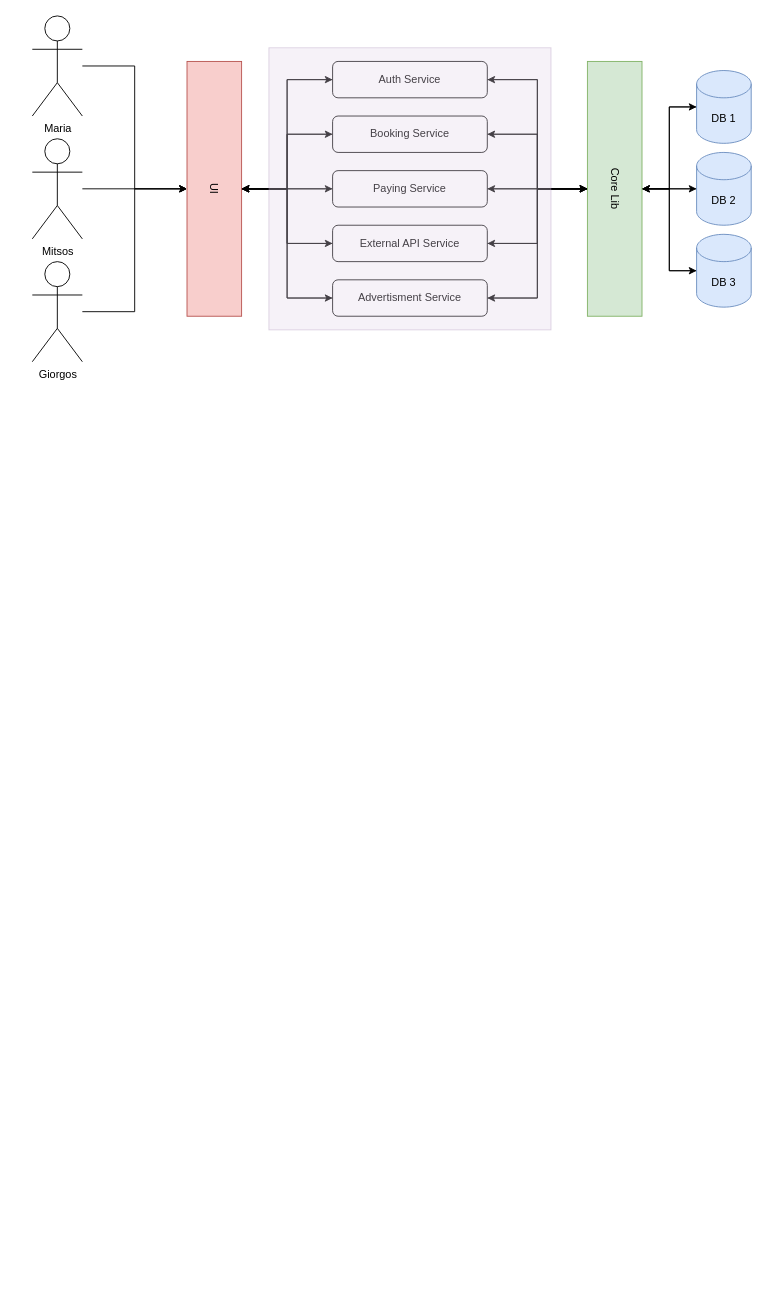
The draw.io diagram Flow.drawio in DenBile/api_sample, before the edit. Source tidied: cells renumbered, new cells numbered last; positions are measured from the earlier drawing's top-left corner, leaving out a move shared by most shapes. Both pictures are drawn from the tidied source at 91%, with x=0, y=0 at pixel (32, 15).
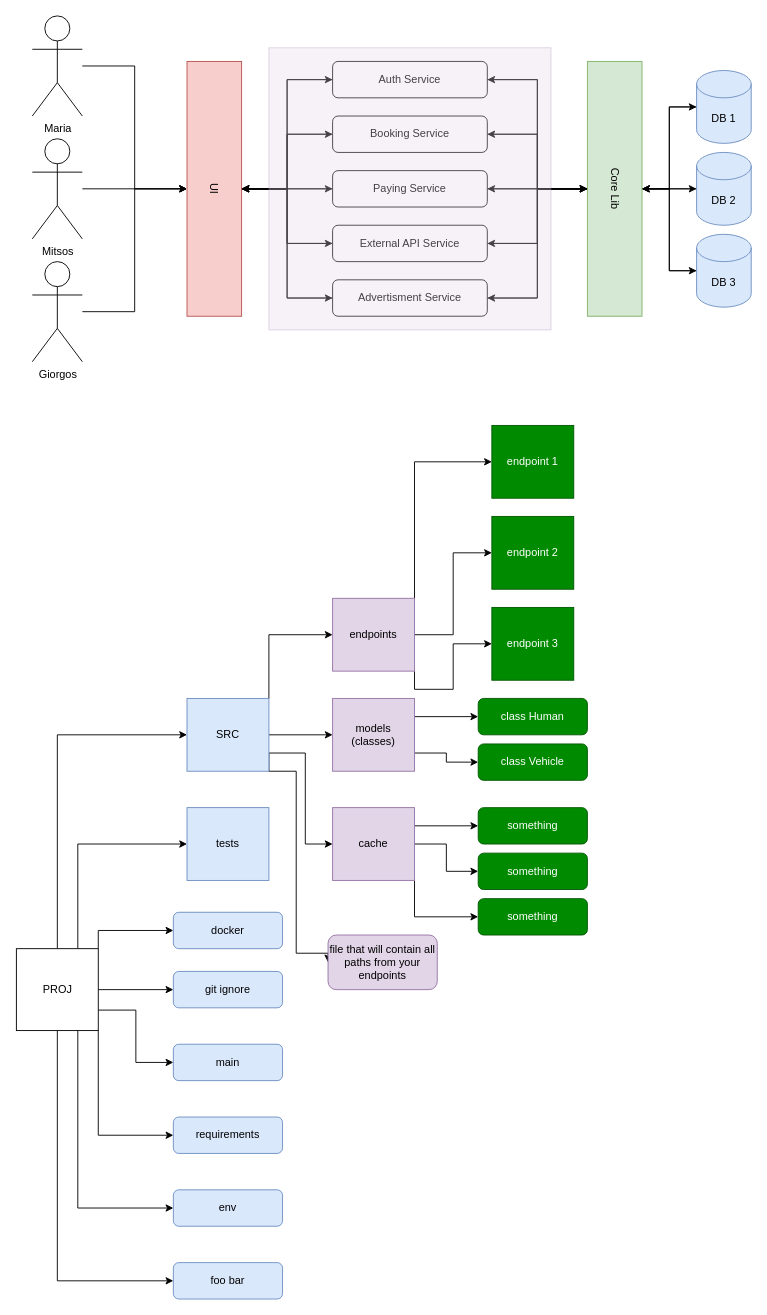
Above is the later version.

Diff of the diagram source:
```diff
@@
+    <mxCell id="45" style="edgeStyle=orthogonalEdgeStyle;rounded=0;jettySize=auto;html=1;entryX=0;entryY=0.5;entryDx=0;entryDy=0;exitX=0.5;exitY=1;exitDx=0;exitDy=0;" parent="1" edge="1" source="53" target="61">
+      <mxGeometry relative="1" as="geometry" />
+    </mxCell>
+    <mxCell id="46" style="edgeStyle=orthogonalEdgeStyle;rounded=0;jettySize=auto;html=1;exitX=0.75;exitY=1;exitDx=0;exitDy=0;entryX=0;entryY=0.5;entryDx=0;entryDy=0;" parent="1" edge="1" source="53" target="62">
+      <mxGeometry relative="1" as="geometry" />
+    </mxCell>
+    <mxCell id="47" style="edgeStyle=orthogonalEdgeStyle;rounded=0;jettySize=auto;html=1;exitX=1;exitY=1;exitDx=0;exitDy=0;entryX=0;entryY=0.5;entryDx=0;entryDy=0;" parent="1" edge="1" source="53" target="63">
+      <mxGeometry relative="1" as="geometry" />
+    </mxCell>
+    <mxCell id="48" style="edgeStyle=orthogonalEdgeStyle;rounded=0;jettySize=auto;html=1;exitX=0.5;exitY=0;exitDx=0;exitDy=0;entryX=0;entryY=0.5;entryDx=0;entryDy=0;" parent="1" edge="1" source="53" target="58">
+      <mxGeometry relative="1" as="geometry" />
+    </mxCell>
+    <mxCell id="49" style="edgeStyle=orthogonalEdgeStyle;rounded=0;jettySize=auto;html=1;exitX=0.75;exitY=0;exitDx=0;exitDy=0;entryX=0;entryY=0.5;entryDx=0;entryDy=0;" parent="1" edge="1" source="53" target="60">
+      <mxGeometry relative="1" as="geometry" />
+    </mxCell>
+    <mxCell id="50" style="edgeStyle=orthogonalEdgeStyle;rounded=0;jettySize=auto;html=1;exitX=1;exitY=0;exitDx=0;exitDy=0;entryX=0;entryY=0.5;entryDx=0;entryDy=0;" parent="1" edge="1" source="53" target="59">
+      <mxGeometry relative="1" as="geometry" />
+    </mxCell>
+    <mxCell id="51" style="edgeStyle=orthogonalEdgeStyle;rounded=0;jettySize=auto;html=1;exitX=1;exitY=0.5;exitDx=0;exitDy=0;" parent="1" edge="1" source="53" target="65">
+      <mxGeometry relative="1" as="geometry" />
+    </mxCell>
+    <mxCell id="52" style="edgeStyle=orthogonalEdgeStyle;rounded=0;jettySize=auto;html=1;exitX=1;exitY=0.75;exitDx=0;exitDy=0;entryX=0;entryY=0.5;entryDx=0;entryDy=0;" parent="1" edge="1" source="53" target="64">
+      <mxGeometry relative="1" as="geometry" />
+    </mxCell>
+    <mxCell id="53" value="PROJ" style="rounded=0;whiteSpace=wrap;html=1;" parent="1" vertex="1">
+      <mxGeometry x="-17.5" y="1025" width="90" height="90" as="geometry" />
+    </mxCell>
+    <mxCell id="54" style="edgeStyle=orthogonalEdgeStyle;rounded=0;jettySize=auto;html=1;exitX=1;exitY=0;exitDx=0;exitDy=0;entryX=0;entryY=0.5;entryDx=0;entryDy=0;" parent="1" edge="1" source="58" target="72">
+      <mxGeometry relative="1" as="geometry" />
+    </mxCell>
+    <mxCell id="55" style="edgeStyle=orthogonalEdgeStyle;rounded=0;jettySize=auto;html=1;exitX=1;exitY=0.5;exitDx=0;exitDy=0;" parent="1" edge="1" source="58" target="68">
+      <mxGeometry relative="1" as="geometry" />
+    </mxCell>
+    <mxCell id="56" style="edgeStyle=orthogonalEdgeStyle;rounded=0;jettySize=auto;html=1;exitX=1;exitY=1;exitDx=0;exitDy=0;entryX=0;entryY=0.5;entryDx=0;entryDy=0;" parent="1" edge="1" source="58" target="76">
+      <mxGeometry relative="1" as="geometry">
+        <Array as="points">
+          <mxPoint x="260" y="810" />
+          <mxPoint x="300" y="810" />
+          <mxPoint x="300" y="910" />
+        </Array>
+      </mxGeometry>
+    </mxCell>
+    <mxCell id="57" style="edgeStyle=orthogonalEdgeStyle;rounded=0;jettySize=auto;html=1;exitX=1;exitY=1;exitDx=0;exitDy=0;entryX=0;entryY=0.5;entryDx=0;entryDy=0;" parent="1" edge="1" source="58" target="82">
+      <mxGeometry relative="1" as="geometry">
+        <Array as="points">
+          <mxPoint x="290" y="830" />
+          <mxPoint x="290" y="1030" />
+        </Array>
+      </mxGeometry>
+    </mxCell>
+    <mxCell id="58" value="SRC" style="rounded=0;whiteSpace=wrap;html=1;fillColor=#dae8fc;strokeColor=#6c8ebf;" parent="1" vertex="1">
+      <mxGeometry x="170" y="750" width="90" height="80" as="geometry" />
+    </mxCell>
+    <mxCell id="59" value="docker" style="rounded=1;whiteSpace=wrap;html=1;fillColor=#dae8fc;strokeColor=#6c8ebf;" parent="1" vertex="1">
+      <mxGeometry x="155" y="985" width="120" height="40" as="geometry" />
+    </mxCell>
+    <mxCell id="60" value="tests" style="rounded=0;whiteSpace=wrap;html=1;fillColor=#dae8fc;strokeColor=#6c8ebf;" parent="1" vertex="1">
+      <mxGeometry x="170" y="870" width="90" height="80" as="geometry" />
+    </mxCell>
+    <mxCell id="61" value="foo bar" style="rounded=1;whiteSpace=wrap;html=1;fillColor=#dae8fc;strokeColor=#6c8ebf;" parent="1" vertex="1">
+      <mxGeometry x="155" y="1370" width="120" height="40" as="geometry" />
+    </mxCell>
+    <mxCell id="62" value="env" style="rounded=1;whiteSpace=wrap;html=1;fillColor=#dae8fc;strokeColor=#6c8ebf;" parent="1" vertex="1">
+      <mxGeometry x="155" y="1290" width="120" height="40" as="geometry" />
+    </mxCell>
+    <mxCell id="63" value="requirements" style="rounded=1;whiteSpace=wrap;html=1;fillColor=#dae8fc;strokeColor=#6c8ebf;" parent="1" vertex="1">
+      <mxGeometry x="155" y="1210" width="120" height="40" as="geometry" />
+    </mxCell>
+    <mxCell id="64" value="main" style="rounded=1;whiteSpace=wrap;html=1;fillColor=#dae8fc;strokeColor=#6c8ebf;" parent="1" vertex="1">
+      <mxGeometry x="155" y="1130" width="120" height="40" as="geometry" />
+    </mxCell>
+    <mxCell id="65" value="git ignore" style="rounded=1;whiteSpace=wrap;html=1;fillColor=#dae8fc;strokeColor=#6c8ebf;" parent="1" vertex="1">
+      <mxGeometry x="155" y="1050" width="120" height="40" as="geometry" />
+    </mxCell>
+    <mxCell id="66" style="edgeStyle=orthogonalEdgeStyle;rounded=0;jettySize=auto;html=1;exitX=1;exitY=0.75;exitDx=0;exitDy=0;" parent="1" edge="1" source="68" target="81">
+      <mxGeometry relative="1" as="geometry" />
+    </mxCell>
+    <mxCell id="67" style="edgeStyle=orthogonalEdgeStyle;rounded=0;jettySize=auto;html=1;exitX=1;exitY=0.25;exitDx=0;exitDy=0;entryX=0;entryY=0.5;entryDx=0;entryDy=0;" parent="1" edge="1" source="68" target="80">
+      <mxGeometry relative="1" as="geometry" />
+    </mxCell>
+    <mxCell id="68" value="models (classes)" style="rounded=0;whiteSpace=wrap;html=1;fillColor=#e1d5e7;strokeColor=#9673a6;" parent="1" vertex="1">
+      <mxGeometry x="330" y="750" width="90" height="80" as="geometry" />
+    </mxCell>
+    <mxCell id="69" style="edgeStyle=orthogonalEdgeStyle;rounded=0;jettySize=auto;html=1;exitX=1;exitY=0;exitDx=0;exitDy=0;entryX=0;entryY=0.5;entryDx=0;entryDy=0;" parent="1" edge="1" source="72" target="83">
+      <mxGeometry relative="1" as="geometry" />
+    </mxCell>
+    <mxCell id="70" style="edgeStyle=orthogonalEdgeStyle;rounded=0;jettySize=auto;html=1;exitX=1;exitY=0.5;exitDx=0;exitDy=0;entryX=0;entryY=0.5;entryDx=0;entryDy=0;" parent="1" edge="1" source="72" target="84">
+      <mxGeometry relative="1" as="geometry" />
+    </mxCell>
+    <mxCell id="71" style="edgeStyle=orthogonalEdgeStyle;rounded=0;jettySize=auto;html=1;exitX=1;exitY=1;exitDx=0;exitDy=0;entryX=0;entryY=0.5;entryDx=0;entryDy=0;" parent="1" edge="1" source="72" target="85">
+      <mxGeometry relative="1" as="geometry" />
+    </mxCell>
+    <mxCell id="72" value="endpoints" style="rounded=0;whiteSpace=wrap;html=1;fillColor=#e1d5e7;strokeColor=#9673a6;" parent="1" vertex="1">
+      <mxGeometry x="330" y="640" width="90" height="80" as="geometry" />
+    </mxCell>
+    <mxCell id="73" style="edgeStyle=orthogonalEdgeStyle;rounded=0;jettySize=auto;html=1;exitX=1;exitY=0.25;exitDx=0;exitDy=0;entryX=0;entryY=0.5;entryDx=0;entryDy=0;" parent="1" edge="1" source="76" target="77">
+      <mxGeometry relative="1" as="geometry" />
+    </mxCell>
+    <mxCell id="74" style="edgeStyle=orthogonalEdgeStyle;rounded=0;jettySize=auto;html=1;exitX=1;exitY=0.5;exitDx=0;exitDy=0;entryX=0;entryY=0.5;entryDx=0;entryDy=0;" parent="1" edge="1" source="76" target="78">
+      <mxGeometry relative="1" as="geometry" />
+    </mxCell>
+    <mxCell id="75" style="edgeStyle=orthogonalEdgeStyle;rounded=0;jettySize=auto;html=1;exitX=1;exitY=1;exitDx=0;exitDy=0;entryX=0;entryY=0.5;entryDx=0;entryDy=0;" parent="1" edge="1" source="76" target="79">
+      <mxGeometry relative="1" as="geometry" />
+    </mxCell>
+    <mxCell id="76" value="cache" style="rounded=0;whiteSpace=wrap;html=1;fillColor=#e1d5e7;strokeColor=#9673a6;" parent="1" vertex="1">
+      <mxGeometry x="330" y="870" width="90" height="80" as="geometry" />
+    </mxCell>
+    <mxCell id="77" value="something" style="rounded=1;whiteSpace=wrap;html=1;fillColor=#008a00;fontColor=#ffffff;strokeColor=#005700;" parent="1" vertex="1">
+      <mxGeometry x="490" y="870" width="120" height="40" as="geometry" />
+    </mxCell>
+    <mxCell id="78" value="something" style="rounded=1;whiteSpace=wrap;html=1;fillColor=#008a00;fontColor=#ffffff;strokeColor=#005700;" parent="1" vertex="1">
+      <mxGeometry x="490" y="920" width="120" height="40" as="geometry" />
+    </mxCell>
+    <mxCell id="79" value="something" style="rounded=1;whiteSpace=wrap;html=1;fillColor=#008a00;fontColor=#ffffff;strokeColor=#005700;" parent="1" vertex="1">
+      <mxGeometry x="490" y="970" width="120" height="40" as="geometry" />
+    </mxCell>
+    <mxCell id="80" value="class Human" style="rounded=1;whiteSpace=wrap;html=1;fillColor=#008a00;fontColor=#ffffff;strokeColor=#005700;" parent="1" vertex="1">
+      <mxGeometry x="490" y="750" width="120" height="40" as="geometry" />
+    </mxCell>
+    <mxCell id="81" value="class Vehicle" style="rounded=1;whiteSpace=wrap;html=1;fillColor=#008a00;fontColor=#ffffff;strokeColor=#005700;" parent="1" vertex="1">
+      <mxGeometry x="490" y="800" width="120" height="40" as="geometry" />
+    </mxCell>
+    <mxCell id="82" value="file that will contain all paths from your endpoints" style="rounded=1;whiteSpace=wrap;html=1;fillColor=#e1d5e7;strokeColor=#9673a6;" parent="1" vertex="1">
+      <mxGeometry x="325" y="1010" width="120" height="60" as="geometry" />
+    </mxCell>
+    <mxCell id="83" value="endpoint 1" style="rounded=0;whiteSpace=wrap;html=1;fillColor=#008a00;fontColor=#ffffff;strokeColor=#005700;" parent="1" vertex="1">
+      <mxGeometry x="505" y="450" width="90" height="80" as="geometry" />
+    </mxCell>
+    <mxCell id="84" value="endpoint 2" style="rounded=0;whiteSpace=wrap;html=1;fillColor=#008a00;fontColor=#ffffff;strokeColor=#005700;" parent="1" vertex="1">
+      <mxGeometry x="505" y="550" width="90" height="80" as="geometry" />
+    </mxCell>
+    <mxCell id="85" value="endpoint 3" style="rounded=0;whiteSpace=wrap;html=1;fillColor=#008a00;fontColor=#ffffff;strokeColor=#005700;" parent="1" vertex="1">
+      <mxGeometry x="505" y="650" width="90" height="80" as="geometry" />
+    </mxCell>
```
